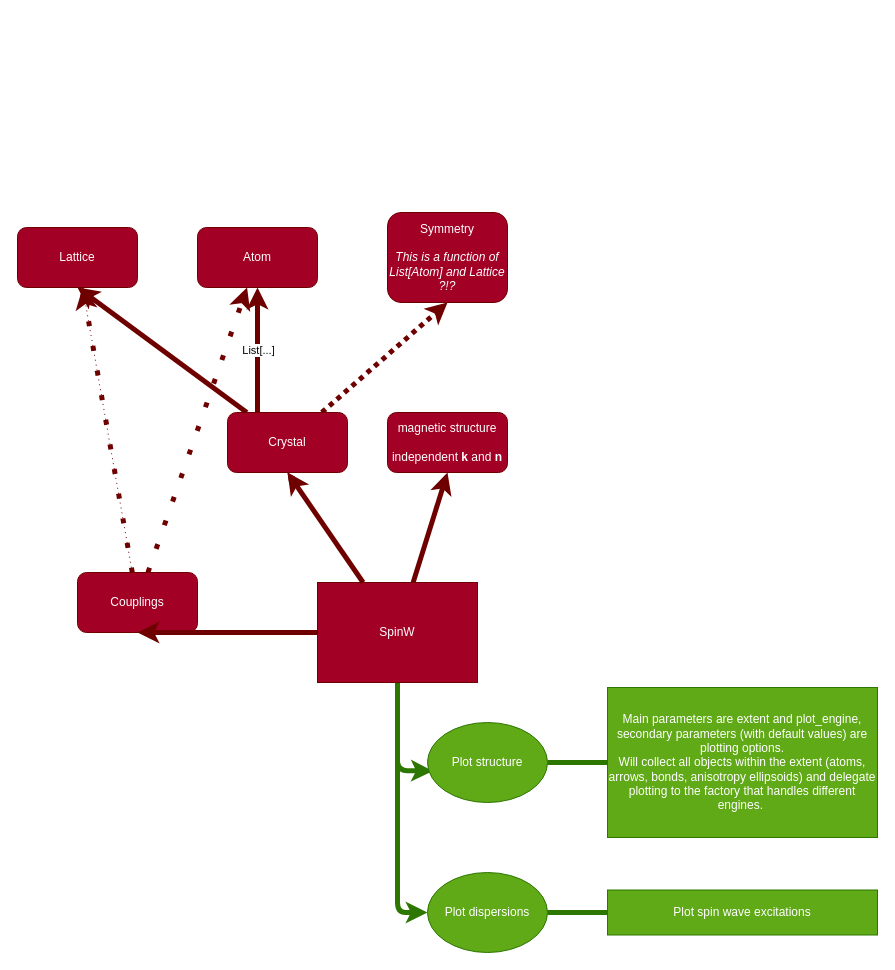
Earlier version of the draw.io diagram pkg_structure.drawio (mstekiel/spinwaves). Source tidied: cells renumbered, new cells numbered last; positions are measured from the earlier drawing's top-left corner, leaving out a move shared by most shapes. Both pictures are drawn from the tidied source at 100%, with x=0, y=0 at pixel (17, 212).
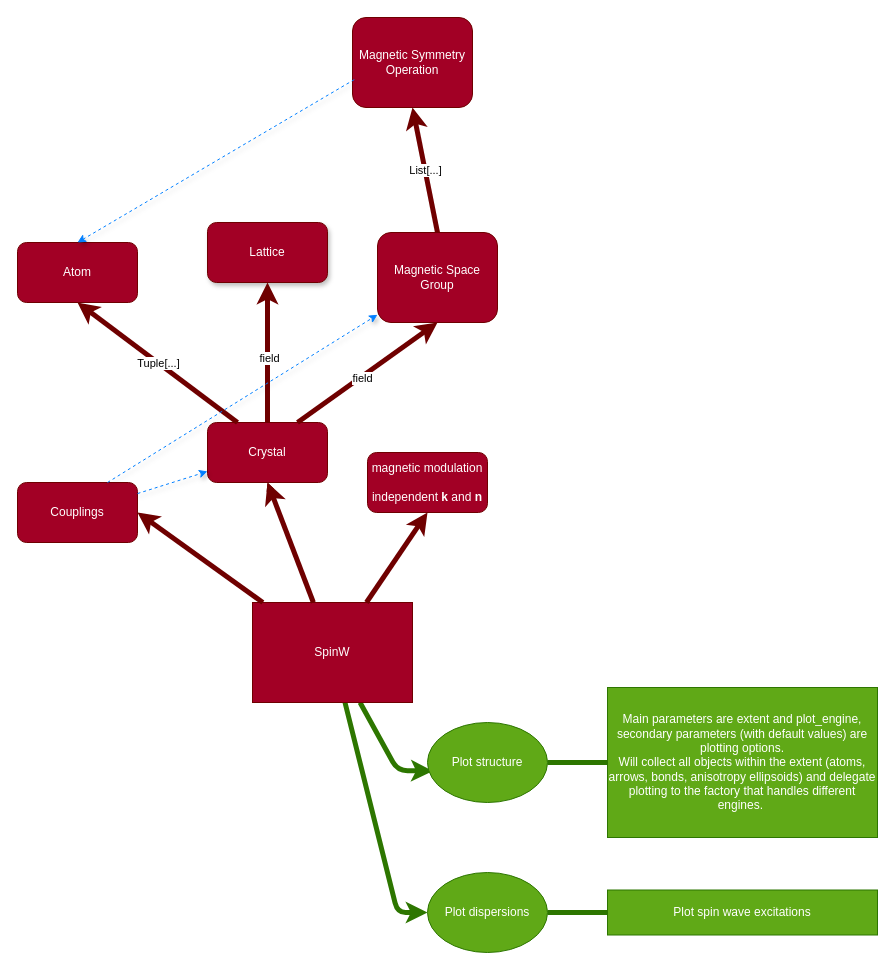
After the change.

The change refers to these unchanged cells:
```xml
<mxCell id="18" style="endArrow=classic;html=1;shadow=0;sketch=0;jumpStyle=none;exitX=0.25;exitY=0;exitDx=0;exitDy=0;entryX=0.5;entryY=1;entryDx=0;entryDy=0;fillColor=#a20025;strokeColor=#6F0000;strokeWidth=5;" parent="1" edge="1" source="17" target="6">
  <mxGeometry relative="1" as="geometry" />
</mxCell>
```

Change to the diagram source:
```diff
@@
     <mxCell id="4" value="SpinW" style="rectangle;whiteSpace=wrap;html=1;fillColor=#a20025;fontColor=#ffffff;strokeColor=#6F0000;" parent="1" vertex="1">
-      <mxGeometry x="300" y="370" width="160" height="100" as="geometry" />
+      <mxGeometry x="235" y="390" width="160" height="100" as="geometry" />
     </mxCell>
@@
     <mxCell id="6" value="Atom" style="rounded=1;whiteSpace=wrap;html=1;fillColor=#a20025;fontColor=#ffffff;strokeColor=#6F0000;" parent="1" vertex="1">
-      <mxGeometry x="180" y="15" width="120" height="60" as="geometry" />
+      <mxGeometry y="30" width="120" height="60" as="geometry" />
     </mxCell>
-    <mxCell id="7" style="edgeStyle=none;html=1;entryX=0.5;entryY=1;entryDx=0;entryDy=0;fillColor=#a20025;strokeColor=#6F0000;strokeWidth=5;" parent="1" edge="1" source="17" target="27">
-      <mxGeometry relative="1" as="geometry" />
-    </mxCell>
-    <mxCell id="8" value="Symmetry&lt;br&gt;&lt;br&gt;&lt;i&gt;This is a function of List[Atom] and Lattice ?!?&lt;/i&gt;" style="rounded=1;whiteSpace=wrap;html=1;fillColor=#a20025;fontColor=#ffffff;strokeColor=#6F0000;" parent="1" vertex="1">
-      <mxGeometry x="370" width="120" height="90" as="geometry" />
+    <mxCell id="8" value="Magnetic Space Group" style="rounded=1;whiteSpace=wrap;html=1;fillColor=#a20025;fontColor=#ffffff;strokeColor=#6F0000;" parent="1" vertex="1">
+      <mxGeometry x="360" y="20" width="120" height="90" as="geometry" />
     </mxCell>
-    <mxCell id="9" style="edgeStyle=none;html=1;entryX=0.5;entryY=1;entryDx=0;entryDy=0;dashed=1;dashPattern=1 1;fillColor=#a20025;strokeColor=#6F0000;strokeWidth=5;" parent="1" edge="1" source="17" target="8">
-      <mxGeometry relative="1" as="geometry" />
-    </mxCell>
-    <mxCell id="10" value="magnetic structure&lt;br&gt;&lt;br&gt;independent &lt;b&gt;k&lt;/b&gt; and &lt;b&gt;n&lt;/b&gt;" style="rounded=1;whiteSpace=wrap;html=1;fillColor=#a20025;fontColor=#ffffff;strokeColor=#6F0000;" parent="1" vertex="1">
-      <mxGeometry x="370" y="200" width="120" height="60" as="geometry" />
+    <mxCell id="10" value="magnetic modulation&lt;br&gt;&lt;br&gt;independent &lt;b&gt;k&lt;/b&gt; and &lt;b&gt;n&lt;/b&gt;" style="rounded=1;whiteSpace=wrap;html=1;fillColor=#a20025;fontColor=#ffffff;strokeColor=#6F0000;" parent="1" vertex="1">
+      <mxGeometry x="350" y="240" width="120" height="60" as="geometry" />
     </mxCell>
@@
-    <mxCell id="12" style="edgeStyle=none;sketch=0;jumpStyle=none;html=1;shadow=0;dashed=1;dashPattern=1 4;fillColor=#a20025;strokeColor=#6F0000;" parent="1" edge="1" source="14" target="27">
-      <mxGeometry relative="1" as="geometry" />
-    </mxCell>
-    <mxCell id="13" style="edgeStyle=none;sketch=0;jumpStyle=none;html=1;shadow=0;dashed=1;dashPattern=1 4;strokeWidth=5;endArrow=classic;endFill=1;fillColor=#a20025;strokeColor=#6F0000;" parent="1" edge="1" source="14" target="6">
-      <mxGeometry relative="1" as="geometry" />
-    </mxCell>
     <mxCell id="14" value="Couplings" style="rounded=1;whiteSpace=wrap;html=1;fillColor=#a20025;fontColor=#ffffff;strokeColor=#6F0000;" parent="1" vertex="1">
-      <mxGeometry x="60" y="360" width="120" height="60" as="geometry" />
+      <mxGeometry y="270" width="120" height="60" as="geometry" />
     </mxCell>
-    <mxCell id="15" style="edgeStyle=none;sketch=0;jumpStyle=none;html=1;entryX=0.5;entryY=1;entryDx=0;entryDy=0;shadow=0;fillColor=#a20025;strokeColor=#6F0000;strokeWidth=5;" parent="1" edge="1" source="4" target="14">
+    <mxCell id="15" style="edgeStyle=none;sketch=0;jumpStyle=none;html=1;shadow=0;fillColor=#a20025;strokeColor=#6F0000;strokeWidth=5;entryX=1;entryY=0.5;entryDx=0;entryDy=0;" parent="1" edge="1" source="4" target="14">
       <mxGeometry relative="1" as="geometry" />
     </mxCell>
@@
     <mxCell id="17" value="Crystal" style="rounded=1;whiteSpace=wrap;html=1;fillColor=#a20025;fontColor=#ffffff;strokeColor=#6F0000;" parent="1" vertex="1">
-      <mxGeometry x="210" y="200" width="120" height="60" as="geometry" />
+      <mxGeometry x="190" y="210" width="120" height="60" as="geometry" />
     </mxCell>
@@
-    <mxCell id="19" value="List[...]" style="edgeLabel;html=1;align=center;verticalAlign=middle;" parent="18" vertex="1">
+    <mxCell id="19" value="Tuple[...]" style="edgeLabel;html=1;align=center;verticalAlign=middle;" parent="18" vertex="1">
       <mxGeometry relative="1" as="geometry" />
     </mxCell>
@@
-    <mxCell id="26" style="edgeStyle=none;sketch=0;jumpStyle=none;html=1;shadow=0;dashed=1;endArrow=classic;fillColor=#a20025;strokeColor=#6F0000;strokeWidth=5;endFill=1;dashPattern=1 4;" parent="1" edge="1" source="14" target="27">
-      <mxGeometry relative="1" as="geometry" />
-    </mxCell>
-    <mxCell id="27" value="Lattice" style="rounded=1;whiteSpace=wrap;html=1;fillColor=#a20025;fontColor=#ffffff;strokeColor=#6F0000;" parent="1" vertex="1">
-      <mxGeometry y="15" width="120" height="60" as="geometry" />
+    <mxCell id="27" value="Lattice" style="rounded=1;whiteSpace=wrap;html=1;fillColor=#a20025;fontColor=#ffffff;strokeColor=#6F0000;shadow=1;" parent="1" vertex="1">
+      <mxGeometry x="190" y="10" width="120" height="60" as="geometry" />
     </mxCell>
+    <mxCell id="28" value="Magnetic Symmetry Operation" style="rounded=1;whiteSpace=wrap;html=1;fillColor=#a20025;fontColor=#ffffff;strokeColor=#6F0000;" parent="1" vertex="1">
+      <mxGeometry x="335" y="-195" width="120" height="90" as="geometry" />
+    </mxCell>
+    <mxCell id="29" style="endArrow=classic;html=1;shadow=0;sketch=0;jumpStyle=none;exitX=0.5;exitY=0;exitDx=0;exitDy=0;entryX=0.5;entryY=1;entryDx=0;entryDy=0;fillColor=#a20025;strokeColor=#6F0000;strokeWidth=5;" parent="1" edge="1" source="8" target="28">
+      <mxGeometry relative="1" as="geometry" />
+    </mxCell>
+    <mxCell id="30" value="List[...]" style="edgeLabel;html=1;align=center;verticalAlign=middle;" parent="29" vertex="1">
+      <mxGeometry relative="1" as="geometry" />
+    </mxCell>
+    <mxCell id="9" style="endArrow=classic;html=1;shadow=0;sketch=0;jumpStyle=none;exitX=0.75;exitY=0;exitDx=0;exitDy=0;entryX=0.5;entryY=1;entryDx=0;entryDy=0;fillColor=#a20025;strokeColor=#6F0000;strokeWidth=5;" parent="1" edge="1" source="17" target="8">
+      <mxGeometry relative="1" as="geometry" />
+    </mxCell>
+    <mxCell id="31" value="field" style="edgeLabel;html=1;align=center;verticalAlign=middle;" parent="9" vertex="1">
+      <mxGeometry relative="1" as="geometry">
+        <mxPoint x="-5" y="5" as="offset" />
+      </mxGeometry>
+    </mxCell>
+    <mxCell id="7" style="endArrow=classic;html=1;shadow=0;sketch=0;jumpStyle=none;exitX=0.5;exitY=0;exitDx=0;exitDy=0;fillColor=#a20025;strokeColor=#6F0000;strokeWidth=5;" parent="1" edge="1" source="17" target="27">
+      <mxGeometry relative="1" as="geometry" />
+    </mxCell>
+    <mxCell id="32" value="field" style="edgeLabel;html=1;align=center;verticalAlign=middle;" parent="7" vertex="1">
+      <mxGeometry relative="1" as="geometry">
+        <mxPoint x="1" y="5" as="offset" />
+      </mxGeometry>
+    </mxCell>
+    <mxCell id="33" style="endArrow=classic;html=1;dashed=1;exitX=0.015;exitY=0.69;exitDx=0;exitDy=0;exitPerimeter=0;entryX=0.5;entryY=0;entryDx=0;entryDy=0;strokeColor=#007FFF;shadow=1;" parent="1" edge="1" source="28" target="6">
+      <mxGeometry relative="1" as="geometry" />
+    </mxCell>
+    <mxCell id="34" style="endArrow=classic;html=1;dashed=1;strokeColor=#007FFF;shadow=1;" parent="1" edge="1" source="14" target="17">
+      <mxGeometry relative="1" as="geometry" />
+    </mxCell>
+    <mxCell id="35" style="endArrow=classic;html=1;dashed=1;strokeColor=#007FFF;shadow=1;exitX=0.75;exitY=0;exitDx=0;exitDy=0;" parent="1" edge="1" source="14" target="8">
+      <mxGeometry relative="1" as="geometry" />
+    </mxCell>
```
